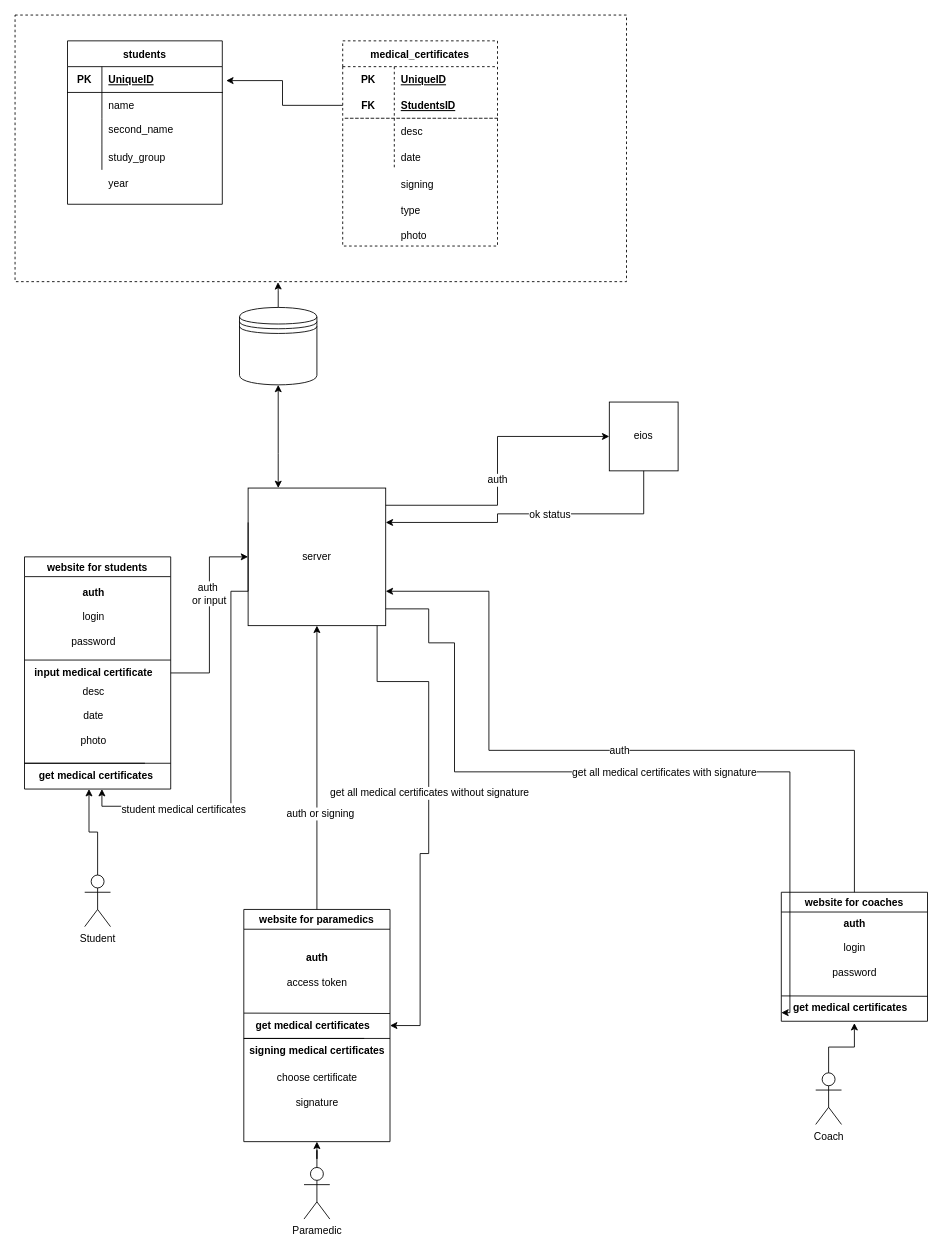
Above: medical-certificate.drawio in p1ck0/draws (draw.io), before the change. Source tidied: cells renumbered, new cells numbered last; positions are measured from the earlier drawing's top-left corner, leaving out a move shared by most shapes. Both pictures are drawn from the tidied source at 86%, with x=0, y=0 at pixel (15, 15).
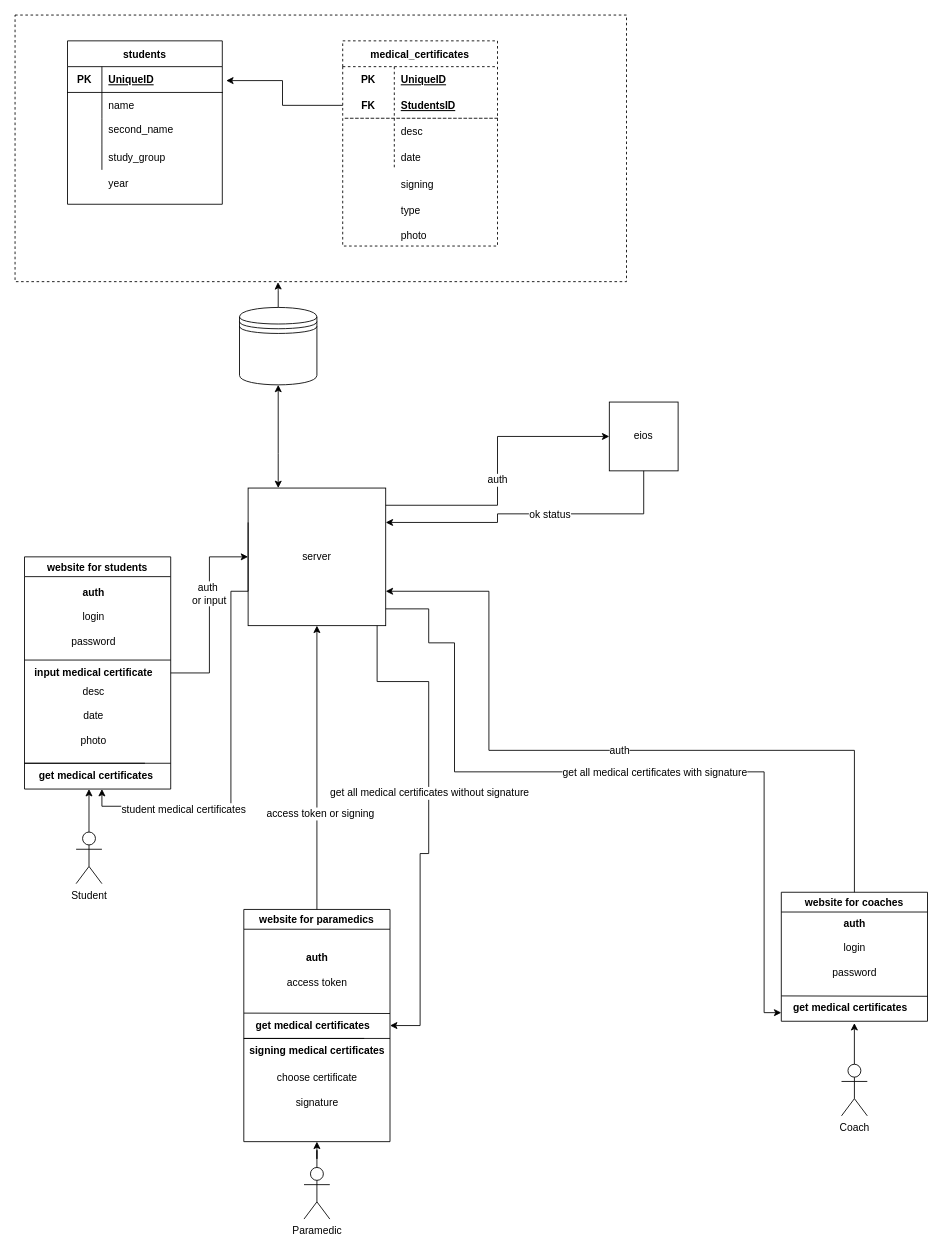
The same diagram, later.

The change refers to these unchanged cells:
```xml
<mxCell id="47" value="server" style="whiteSpace=wrap;html=1;strokeColor=default;fontFamily=Helvetica;fontSize=12;fontColor=default;fillColor=none;" parent="1" vertex="1">
  <mxGeometry x="271" y="550" width="160" height="160" as="geometry" />
</mxCell>
<mxCell id="67" style="edgeStyle=orthogonalEdgeStyle;rounded=0;jettySize=auto;html=1;entryX=0.5;entryY=1;entryDx=0;entryDy=0;fontFamily=Helvetica;fontSize=12;fontColor=default;" parent="1" edge="1" source="69" target="47">
  <mxGeometry relative="1" as="geometry" />
</mxCell>
<mxCell id="79" value="&lt;b&gt;get medical certificates&lt;/b&gt;" style="text;html=1;align=center;verticalAlign=middle;points=[];strokeColor=none;fillColor=none;fontSize=12;fontFamily=Helvetica;fontColor=default;" parent="78" vertex="1">
  <mxGeometry y="120" width="160" height="30" as="geometry" />
</mxCell>
```

Change to the diagram source:
```diff
@@
     <mxCell id="44" style="edgeStyle=orthogonalEdgeStyle;rounded=0;jettySize=auto;html=1;entryX=0;entryY=0.667;entryDx=0;entryDy=0;entryPerimeter=0;fontFamily=Helvetica;fontSize=12;fontColor=default;exitX=1;exitY=0.878;exitDx=0;exitDy=0;exitPerimeter=0;" parent="1" edge="1" source="47" target="79">
       <mxGeometry relative="1" as="geometry">
         <Array as="points">
-          <mxPoint x="481" y="691" />
+          <mxPoint x="481" y="690" />
           <mxPoint x="481" y="730" />
           <mxPoint x="511" y="730" />
           <mxPoint x="511" y="880" />
-          <mxPoint x="901" y="880" />
+          <mxPoint x="871" y="880" />
+          <mxPoint x="871" y="1160" />
         </Array>
       </mxGeometry>
     </mxCell>
@@
     <mxCell id="49" value="&lt;div&gt;Student&lt;/div&gt;&lt;div&gt;&lt;br&gt;&lt;/div&gt;" style="shape=umlActor;verticalLabelPosition=bottom;verticalAlign=top;html=1;outlineConnect=0;strokeColor=default;fontFamily=Helvetica;fontSize=12;fontColor=default;fillColor=none;" parent="1" vertex="1">
-      <mxGeometry x="81" y="1000" width="30" height="60" as="geometry" />
+      <mxGeometry x="71" y="950" width="30" height="60" as="geometry" />
     </mxCell>
@@
     <mxCell id="53" value="Coach" style="shape=umlActor;verticalLabelPosition=bottom;verticalAlign=top;html=1;outlineConnect=0;strokeColor=default;fontFamily=Helvetica;fontSize=12;fontColor=default;fillColor=none;" parent="1" vertex="1">
-      <mxGeometry x="931" y="1230" width="30" height="60" as="geometry" />
+      <mxGeometry x="961" y="1220" width="30" height="60" as="geometry" />
     </mxCell>
@@
-    <mxCell id="68" value="&lt;div&gt;auth or signing&lt;/div&gt;" style="edgeLabel;html=1;align=center;verticalAlign=middle;fontSize=12;fontFamily=Helvetica;fontColor=default;" parent="67" vertex="1">
+    <mxCell id="68" value="&lt;div&gt;access token or signing&lt;/div&gt;" style="edgeLabel;html=1;align=center;verticalAlign=middle;fontSize=12;fontFamily=Helvetica;fontColor=default;" parent="67" vertex="1">
       <mxGeometry x="-0.32" y="-3" relative="1" as="geometry" />
     </mxCell>
```
